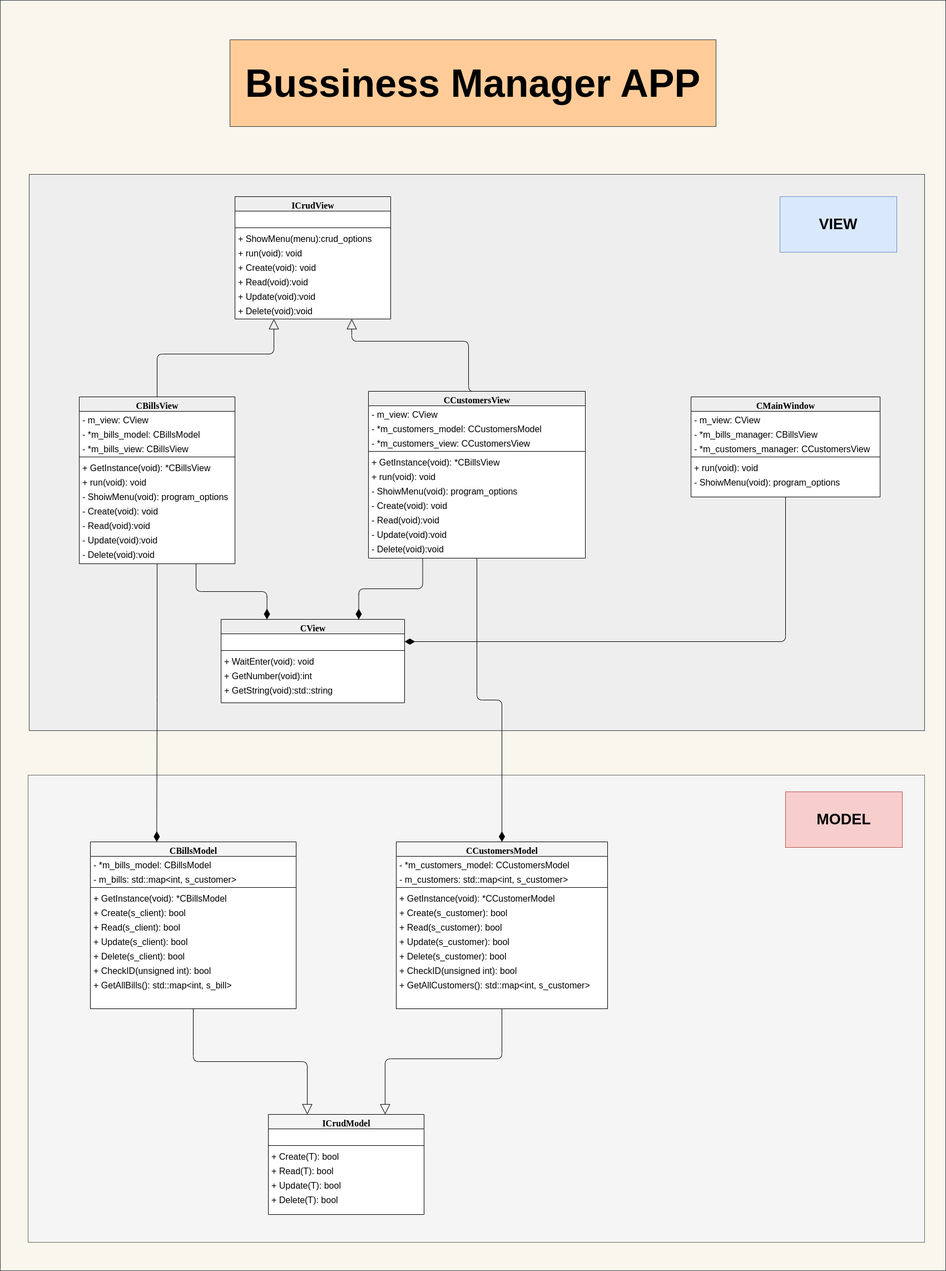
The draw.io diagram images/arch.png in rafacc1414/BusinessManager, before a commit. Source tidied: cells renumbered, new cells last; positions are measured from the earlier drawing's top-left corner, leaving out a move shared by most shapes.
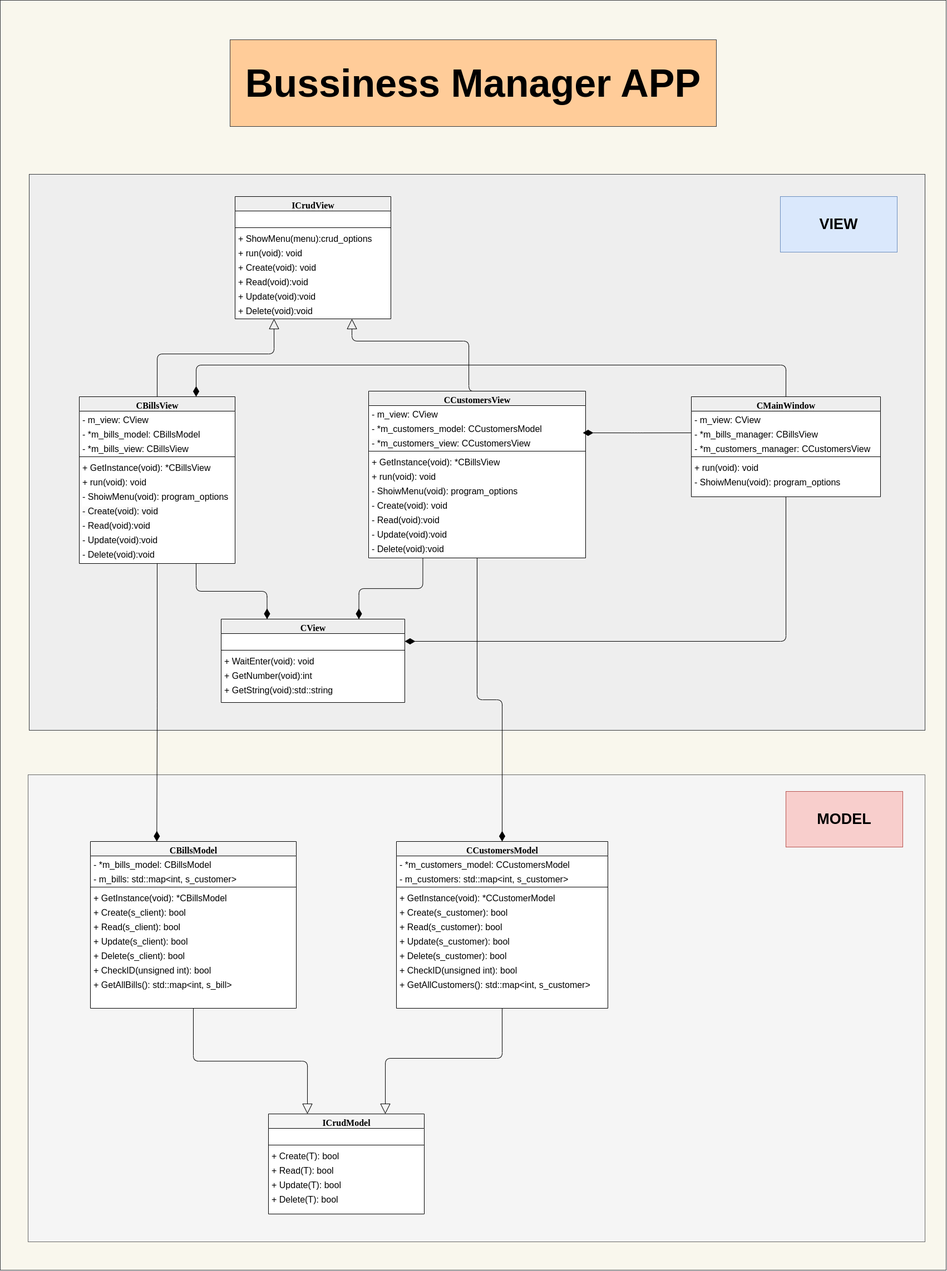
Later version of the same file.

Commit message:
BusinessManager: Implement Customers

Update the architecture of the README.md

Diff of the diagram source:
```diff
@@ -277,19 +277,11 @@
     <mxCell id="87" style="edgeStyle=orthogonalEdgeStyle;html=1;labelBackgroundColor=none;startFill=0;startSize=8;endArrow=diamondThin;endFill=1;endSize=16;fontFamily=Verdana;fontSize=16;startArrow=none;targetPerimeterSpacing=0;entryX=0.25;entryY=0;entryDx=0;entryDy=0;exitX=0.75;exitY=1;exitDx=0;exitDy=0;" parent="1" edge="1" source="11" target="80">
       <mxGeometry relative="1" as="geometry" />
     </mxCell>
-    <mxCell id="88" style="edgeStyle=orthogonalEdgeStyle;html=1;labelBackgroundColor=none;startFill=0;startSize=8;endArrow=diamondThin;endFill=1;endSize=16;fontFamily=Verdana;fontSize=12;startArrow=none;targetPerimeterSpacing=0;entryX=1;entryY=0.5;entryDx=0;entryDy=0;exitX=0;exitY=0.5;exitDx=0;exitDy=0;" parent="1" edge="1" source="6" target="x">
-      <mxGeometry relative="1" as="geometry" />
+    <mxCell id="88" style="edgeStyle=orthogonalEdgeStyle;html=1;labelBackgroundColor=none;startFill=0;startSize=8;endArrow=diamondThin;endFill=1;endSize=16;fontFamily=Verdana;fontSize=12;startArrow=none;targetPerimeterSpacing=0;exitX=0;exitY=0.5;exitDx=0;exitDy=0;" parent="1" edge="1" source="6">
+      <mxGeometry relative="1" as="geometry">
+        <mxPoint x="1047" y="846" as="targetPoint" />
+      </mxGeometry>
     </mxCell>
-    <mxCell id="89" style="edgeStyle=orthogonalEdgeStyle;html=1;labelBackgroundColor=none;startFill=0;startSize=8;endArrow=diamondThin;endFill=1;endSize=16;fontFamily=Verdana;fontSize=12;startArrow=none;targetPerimeterSpacing=0;entryX=1;entryY=0.5;entryDx=0;entryDy=0;exitX=0;exitY=0.5;exitDx=0;exitDy=0;" parent="1" edge="1" source="9" target="x">
-      <mxGeometry relative="1" as="geometry">
-        <Array as="points">
-          <mxPoint x="654" y="34" />
-          <mxPoint x="654" y="119" />
-          <mxPoint x="54" y="119" />
-          <mxPoint x="54" />
-        </Array>
-      </mxGeometry>
-    </mxCell>
     <mxCell id="90" value="&lt;font style=&quot;font-size: 27px;&quot;&gt;VIEW&lt;/font&gt;" style="text;html=1;align=center;verticalAlign=middle;whiteSpace=wrap;rounded=0;fontSize=16;fontStyle=1;fillColor=#dae8fc;strokeColor=#6c8ebf;" parent="1" vertex="1">
       <mxGeometry x="1402" y="421" width="210" height="100" as="geometry" />
     </mxCell>
@@ -307,5 +299,13 @@
     <mxCell id="93" value="&lt;font style=&quot;font-size: 70px;&quot;&gt;&lt;b&gt;Bussiness Manager APP&lt;/b&gt;&lt;/font&gt;" style="text;html=1;strokeColor=#36393d;fillColor=#ffcc99;align=center;verticalAlign=middle;whiteSpace=wrap;rounded=0;" parent="1" vertex="1">
       <mxGeometry x="413" y="139" width="874" height="156" as="geometry" />
     </mxCell>
+    <mxCell id="94" style="edgeStyle=orthogonalEdgeStyle;html=1;labelBackgroundColor=none;startFill=0;startSize=8;endArrow=diamondThin;endFill=1;endSize=16;fontFamily=Verdana;fontSize=12;startArrow=none;targetPerimeterSpacing=0;exitX=0.5;exitY=0;exitDx=0;exitDy=0;entryX=0.75;entryY=0;entryDx=0;entryDy=0;" parent="1" edge="1" source="4" target="11">
+      <mxGeometry relative="1" as="geometry">
+        <Array as="points">
+          <mxPoint x="1412" y="724" />
+          <mxPoint x="352" y="724" />
+        </Array>
+      </mxGeometry>
+    </mxCell>
   </root>
 </mxGraphModel>
```
